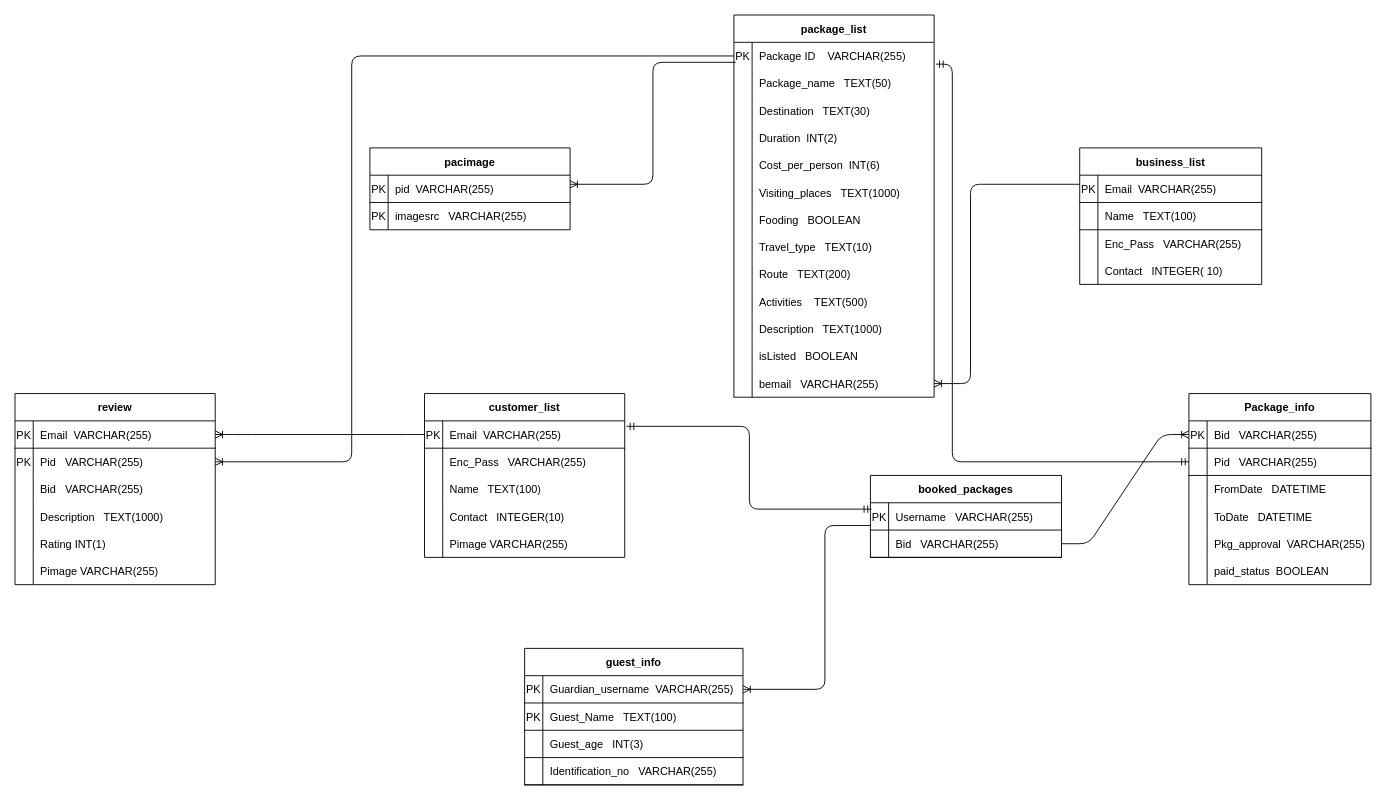
Before: ERD_SCHEMA_WITH_PAKCAGE.drawio in PCMasterRace007/ER, a draw.io diagram. Source tidied: cells renumbered, new cells numbered last; positions are measured from the earlier drawing's top-left corner, leaving out a move shared by most shapes. Both pictures are drawn from the tidied source at 91%, with x=0, y=0 at pixel (15, 15).
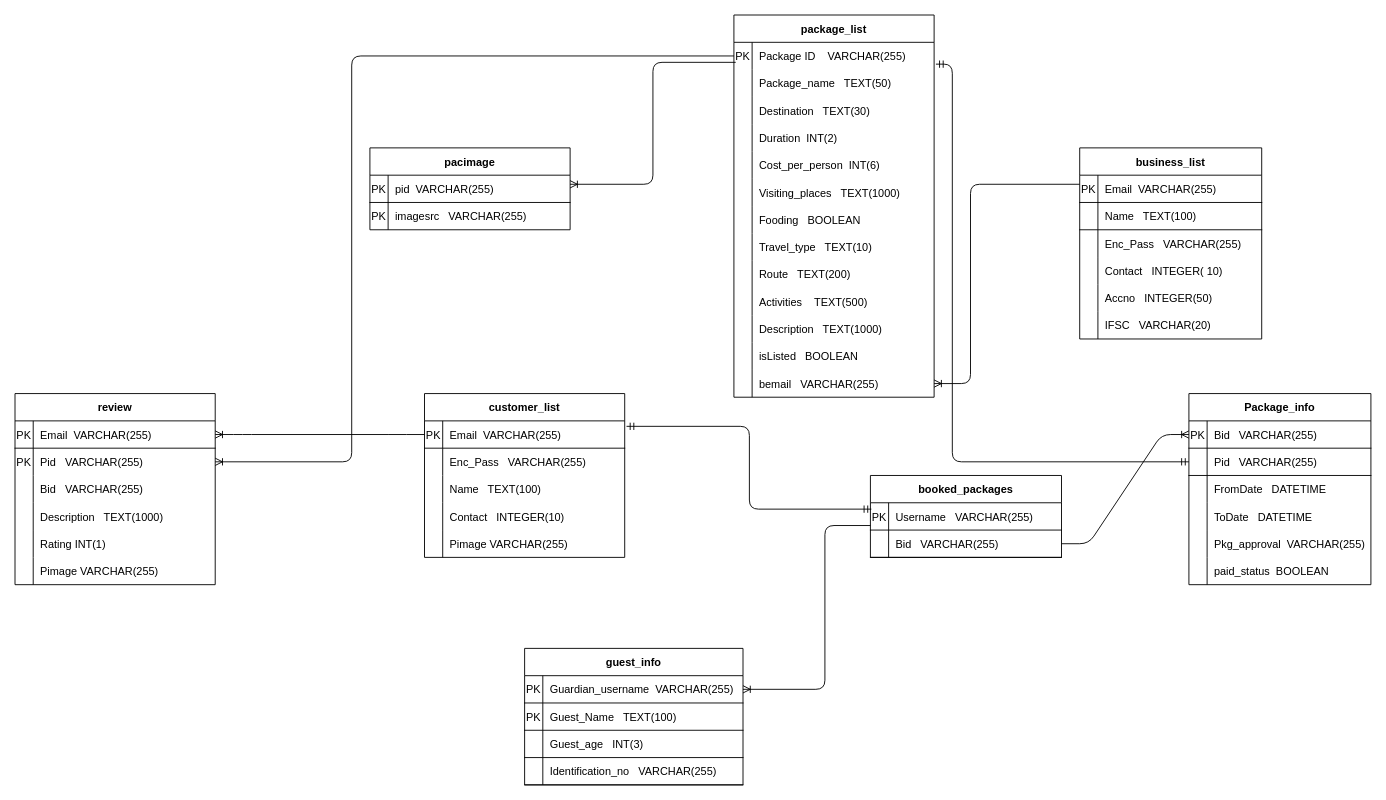
After the change.

What changed in the source:
```diff
@@
     <mxCell id="58" value="business_list" style="shape=table;startSize=30;childLayout=tableLayout;rowLines=0;fontStyle=1;align=center;" parent="1" vertex="1">
-      <mxGeometry x="1170" y="146" width="200" height="150" as="geometry" />
+      <mxGeometry x="1170" y="146" width="200" height="210" as="geometry" />
     </mxCell>
@@
+    <mxCell id="144" style="shape=partialRectangle;fillColor=none;top=0;left=0;bottom=0;right=0;" parent="58" vertex="1">
+      <mxGeometry y="150" width="200" height="30" as="geometry" />
+    </mxCell>
+    <mxCell id="145" style="shape=partialRectangle;fillColor=none;top=0;left=0;bottom=0;right=0;overflow=hidden;" parent="144" vertex="1">
+      <mxGeometry width="20" height="30" as="geometry" />
+    </mxCell>
+    <mxCell id="146" value="Accno   INTEGER(50)" style="shape=partialRectangle;fillColor=none;top=0;left=0;bottom=0;right=0;align=left;spacingLeft=6;overflow=hidden;" parent="144" vertex="1">
+      <mxGeometry x="20" width="180" height="30" as="geometry" />
+    </mxCell>
+    <mxCell id="147" style="shape=partialRectangle;fillColor=none;top=0;left=0;bottom=0;right=0;" parent="58" vertex="1">
+      <mxGeometry y="180" width="200" height="30" as="geometry" />
+    </mxCell>
+    <mxCell id="148" style="shape=partialRectangle;fillColor=none;top=0;left=0;bottom=0;right=0;overflow=hidden;" parent="147" vertex="1">
+      <mxGeometry width="20" height="30" as="geometry" />
+    </mxCell>
+    <mxCell id="149" value="IFSC   VARCHAR(20)" style="shape=partialRectangle;fillColor=none;top=0;left=0;bottom=0;right=0;align=left;spacingLeft=6;overflow=hidden;" parent="147" vertex="1">
+      <mxGeometry x="20" width="180" height="30" as="geometry" />
+    </mxCell>
```
